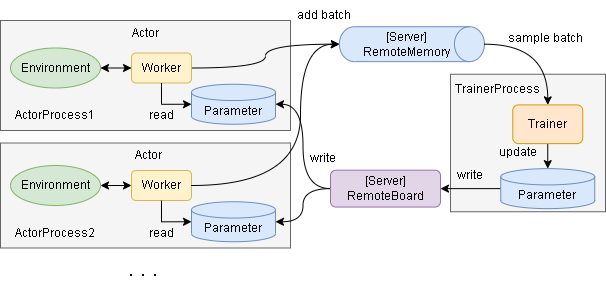
Above: diagrams/overview-distributed.drawio.png in pocokhc/simple_distributed_rl (draw.io), before the change. Source tidied: cells renumbered, new cells last; positions are measured from the earlier drawing's top-left corner, leaving out a move shared by most shapes.
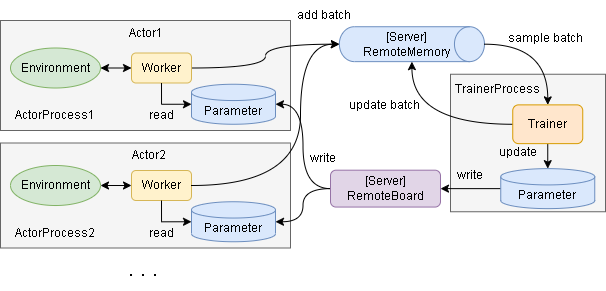
After the change.

Change to the diagram source:
```diff
@@ -17,6 +17,9 @@
     <mxCell id="6" style="rounded=0;jettySize=auto;html=1;exitX=0.5;exitY=1;exitDx=0;exitDy=0;entryX=0.5;entryY=0;entryDx=0;entryDy=0;entryPerimeter=0;" parent="1" edge="1" source="7" target="17">
       <mxGeometry relative="1" as="geometry" />
     </mxCell>
+    <mxCell id="41" style="edgeStyle=orthogonalEdgeStyle;rounded=0;jettySize=auto;html=1;curved=1;" parent="1" edge="1" source="7" target="11">
+      <mxGeometry relative="1" as="geometry" />
+    </mxCell>
     <mxCell id="7" value="Trainer" style="rounded=1;whiteSpace=wrap;html=1;fillColor=#ffe6cc;strokeColor=#d79b00;" parent="1" vertex="1">
       <mxGeometry x="512.2" y="133.4" width="70" height="38.8" as="geometry" />
     </mxCell>
@@ -35,6 +38,9 @@
     <mxCell id="12" value="[Server]&lt;br&gt;RemoteMemory" style="text;html=1;strokeColor=none;fillColor=none;align=center;verticalAlign=middle;whiteSpace=wrap;rounded=0;" parent="10" vertex="1">
       <mxGeometry x="23.1" y="-2.8" width="45.8" height="53.1" as="geometry" />
     </mxCell>
+    <mxCell id="42" value="update batch" style="text;html=1;strokeColor=none;fillColor=none;align=center;verticalAlign=middle;whiteSpace=wrap;rounded=0;" parent="10" vertex="1">
+      <mxGeometry x="-21.1" y="70" width="90" height="30" as="geometry" />
+    </mxCell>
     <mxCell id="13" style="edgeStyle=orthogonalEdgeStyle;curved=1;rounded=0;jettySize=auto;html=1;exitX=0.5;exitY=0;exitDx=0;exitDy=0;exitPerimeter=0;entryX=0.5;entryY=0;entryDx=0;entryDy=0;" parent="1" edge="1" source="11" target="7">
       <mxGeometry relative="1" as="geometry" />
     </mxCell>
@@ -115,10 +121,10 @@
     <mxCell id="37" value="read" style="text;html=1;strokeColor=none;fillColor=none;align=center;verticalAlign=middle;whiteSpace=wrap;rounded=0;" parent="1" vertex="1">
       <mxGeometry x="118.5" y="246.5" width="85" height="30" as="geometry" />
     </mxCell>
-    <mxCell id="38" value="Actor" style="text;html=1;strokeColor=none;fillColor=none;align=center;verticalAlign=middle;whiteSpace=wrap;rounded=0;" parent="1" vertex="1">
+    <mxCell id="38" value="Actor2" style="text;html=1;strokeColor=none;fillColor=none;align=center;verticalAlign=middle;whiteSpace=wrap;rounded=0;" parent="1" vertex="1">
       <mxGeometry x="106" y="169" width="85" height="30" as="geometry" />
     </mxCell>
-    <mxCell id="39" value="Actor" style="text;html=1;strokeColor=none;fillColor=none;align=center;verticalAlign=middle;whiteSpace=wrap;rounded=0;" parent="1" vertex="1">
+    <mxCell id="39" value="Actor1" style="text;html=1;strokeColor=none;fillColor=none;align=center;verticalAlign=middle;whiteSpace=wrap;rounded=0;" parent="1" vertex="1">
       <mxGeometry x="102.5" y="46.5" width="85" height="30" as="geometry" />
     </mxCell>
     <mxCell id="40" value="・・・" style="text;html=1;strokeColor=none;fillColor=none;align=center;verticalAlign=middle;whiteSpace=wrap;rounded=0;" parent="1" vertex="1">
```
